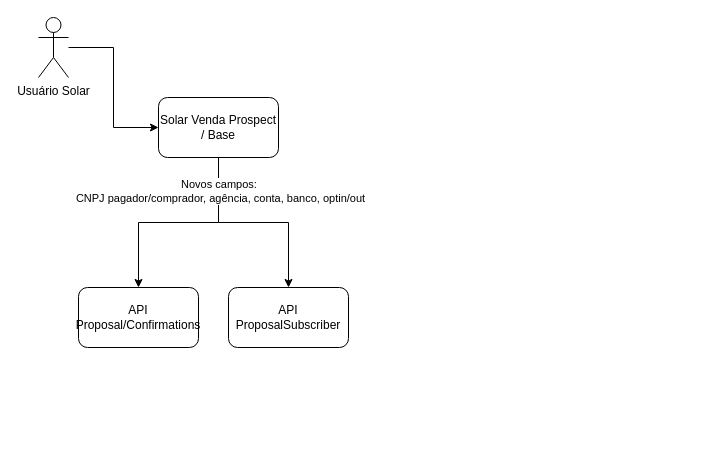
This is Solar 129761 Pix Automático PME - Apresentação DSS.drawio from samirali/ClaroBrasil, a draw.io file, before an edit. Source tidied: cells renumbered, new cells numbered last; positions are measured from the earlier drawing's top-left corner, leaving out a move shared by most shapes. Both pictures are drawn from the tidied source at 100%, with x=0, y=0 at pixel (38, 17).
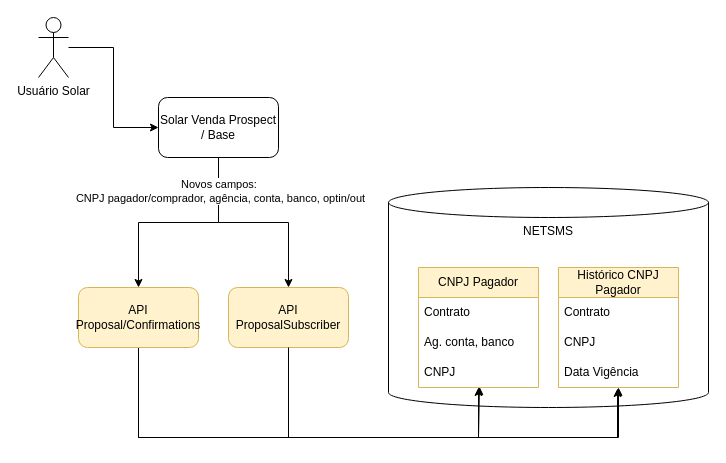
After the change.

What changed in the source:
```diff
@@
+    <mxCell id="10" value="NETSMS" style="shape=cylinder3;whiteSpace=wrap;html=1;boundedLbl=1;backgroundOutline=1;size=15;verticalAlign=top;" parent="1" vertex="1">
+      <mxGeometry x="350" y="170" width="320" height="220" as="geometry" />
+    </mxCell>
@@
+    <mxCell id="11" style="edgeStyle=orthogonalEdgeStyle;rounded=0;jettySize=auto;html=1;" parent="1" edge="1" source="8" target="14">
+      <mxGeometry relative="1" as="geometry">
+        <Array as="points">
+          <mxPoint x="100" y="420" />
+          <mxPoint x="440" y="420" />
+        </Array>
+      </mxGeometry>
+    </mxCell>
+    <mxCell id="12" style="edgeStyle=orthogonalEdgeStyle;rounded=0;jettySize=auto;html=1;entryX=0.5;entryY=1;entryDx=0;entryDy=0;entryPerimeter=0;" parent="1" edge="1" source="8" target="21">
+      <mxGeometry relative="1" as="geometry">
+        <Array as="points">
+          <mxPoint x="100" y="420" />
+          <mxPoint x="580" y="420" />
+        </Array>
+      </mxGeometry>
+    </mxCell>
-    <mxCell id="8" value="API Proposal/Confirmations" style="rounded=1;whiteSpace=wrap;html=1;" parent="1" vertex="1">
+    <mxCell id="8" value="API Proposal/Confirmations" style="rounded=1;whiteSpace=wrap;html=1;fillColor=#fff2cc;strokeColor=#d6b656;" parent="1" vertex="1">
       <mxGeometry x="40" y="270" width="120" height="60" as="geometry" />
     </mxCell>
+    <mxCell id="13" style="edgeStyle=orthogonalEdgeStyle;rounded=0;jettySize=auto;html=1;entryX=0.508;entryY=0.967;entryDx=0;entryDy=0;entryPerimeter=0;" parent="1" edge="1" source="9" target="17">
+      <mxGeometry relative="1" as="geometry">
+        <Array as="points">
+          <mxPoint x="250" y="420" />
+          <mxPoint x="440" y="420" />
+        </Array>
+      </mxGeometry>
+    </mxCell>
-    <mxCell id="9" value="API ProposalSubscriber" style="rounded=1;whiteSpace=wrap;html=1;" parent="1" vertex="1">
+    <mxCell id="9" value="API ProposalSubscriber" style="rounded=1;whiteSpace=wrap;html=1;fillColor=#fff2cc;strokeColor=#d6b656;" parent="1" vertex="1">
       <mxGeometry x="190" y="270" width="120" height="60" as="geometry" />
     </mxCell>
+    <mxCell id="14" value="CNPJ Pagador" style="swimlane;fontStyle=0;horizontal=1;startSize=30;whiteSpace=wrap;html=1;fillColor=#fff2cc;strokeColor=#d6b656;" parent="1" vertex="1">
+      <mxGeometry x="380" y="250" width="120" height="120" as="geometry" />
+    </mxCell>
+    <mxCell id="15" value="Contrato" style="text;strokeColor=none;fillColor=none;align=left;verticalAlign=middle;spacingLeft=4;spacingRight=4;overflow=hidden;whiteSpace=wrap;html=1;" parent="14" vertex="1">
+      <mxGeometry y="30" width="120" height="30" as="geometry" />
+    </mxCell>
+    <mxCell id="16" value="Ag. conta, banco" style="text;strokeColor=none;fillColor=none;align=left;verticalAlign=middle;spacingLeft=4;spacingRight=4;overflow=hidden;whiteSpace=wrap;html=1;" parent="14" vertex="1">
+      <mxGeometry y="60" width="120" height="30" as="geometry" />
+    </mxCell>
+    <mxCell id="17" value="CNPJ" style="text;strokeColor=none;fillColor=none;align=left;verticalAlign=middle;spacingLeft=4;spacingRight=4;overflow=hidden;points=[[0,0.5],[1,0.5]];portConstraint=eastwest;whiteSpace=wrap;html=1;" parent="14" vertex="1">
+      <mxGeometry y="90" width="120" height="30" as="geometry" />
+    </mxCell>
+    <mxCell id="18" value="Histórico CNPJ Pagador" style="swimlane;fontStyle=0;horizontal=1;startSize=30;whiteSpace=wrap;html=1;fillColor=#fff2cc;strokeColor=#d6b656;" parent="1" vertex="1">
+      <mxGeometry x="520" y="250" width="120" height="120" as="geometry" />
+    </mxCell>
+    <mxCell id="19" value="Contrato" style="text;strokeColor=none;fillColor=none;align=left;verticalAlign=middle;spacingLeft=4;spacingRight=4;overflow=hidden;whiteSpace=wrap;html=1;" parent="18" vertex="1">
+      <mxGeometry y="30" width="120" height="30" as="geometry" />
+    </mxCell>
+    <mxCell id="20" value="CNPJ" style="text;strokeColor=none;fillColor=none;align=left;verticalAlign=middle;spacingLeft=4;spacingRight=4;overflow=hidden;whiteSpace=wrap;html=1;" parent="18" vertex="1">
+      <mxGeometry y="60" width="120" height="30" as="geometry" />
+    </mxCell>
+    <mxCell id="21" value="Data Vigência" style="text;strokeColor=none;fillColor=none;align=left;verticalAlign=middle;spacingLeft=4;spacingRight=4;overflow=hidden;points=[[0,0.5],[1,0.5]];portConstraint=eastwest;whiteSpace=wrap;html=1;" parent="18" vertex="1">
+      <mxGeometry y="90" width="120" height="30" as="geometry" />
+    </mxCell>
+    <mxCell id="22" style="edgeStyle=orthogonalEdgeStyle;rounded=0;jettySize=auto;html=1;entryX=0.492;entryY=1.033;entryDx=0;entryDy=0;entryPerimeter=0;" parent="1" edge="1" source="9" target="21">
+      <mxGeometry relative="1" as="geometry">
+        <Array as="points">
+          <mxPoint x="250" y="420" />
+          <mxPoint x="579" y="420" />
+        </Array>
+      </mxGeometry>
+    </mxCell>
```
